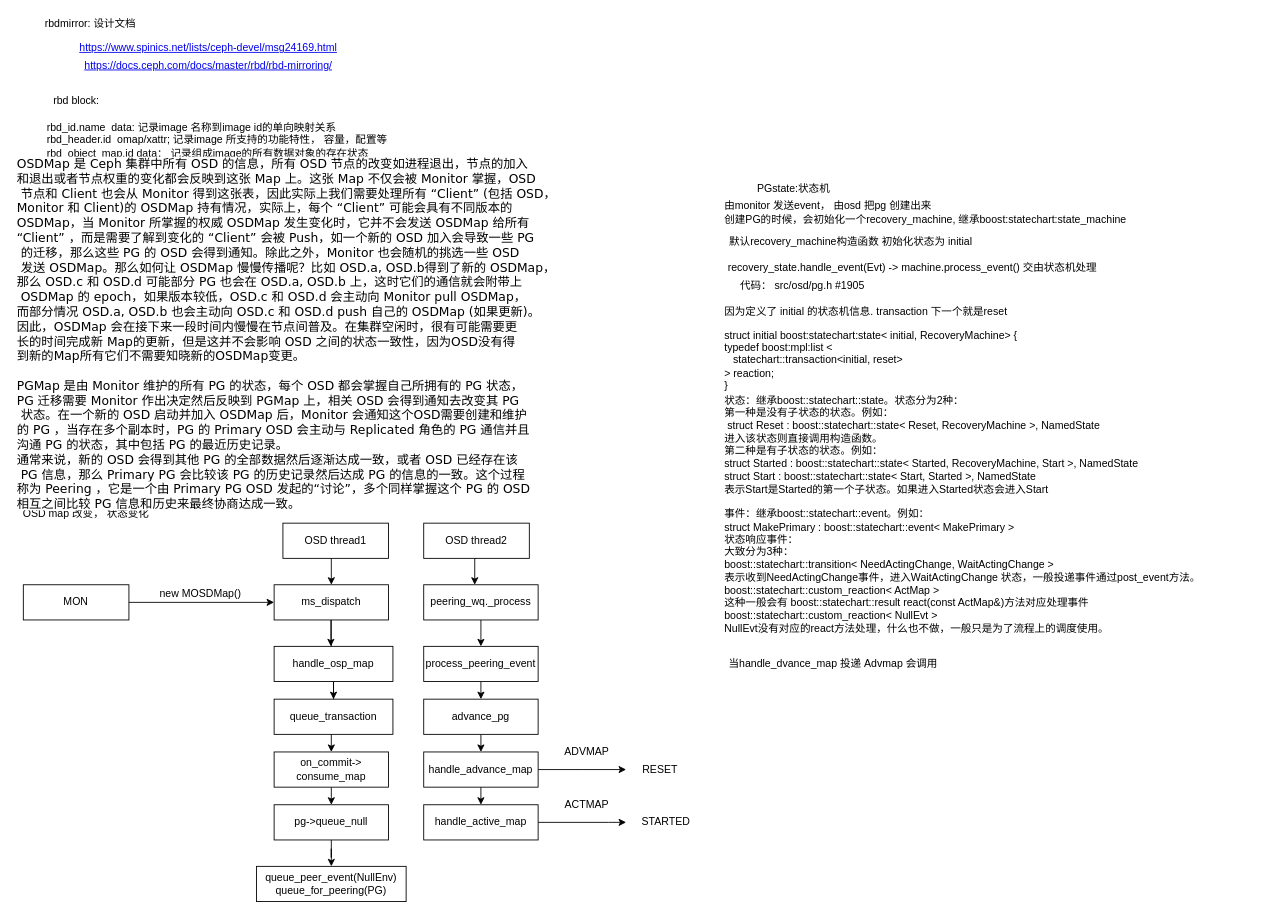
Earlier version of the draw.io diagram page "osd pg transaction" (4 of 5) of Untitled Diagram.drawio (ChenFanTony/ceph-diagrams). Source tidied: cells renumbered, new cells numbered last; positions are measured from the earlier drawing's top-left corner, leaving out a move shared by most shapes. Both pictures are drawn from the tidied source at 88%, with x=0, y=0 at pixel (15, 15).
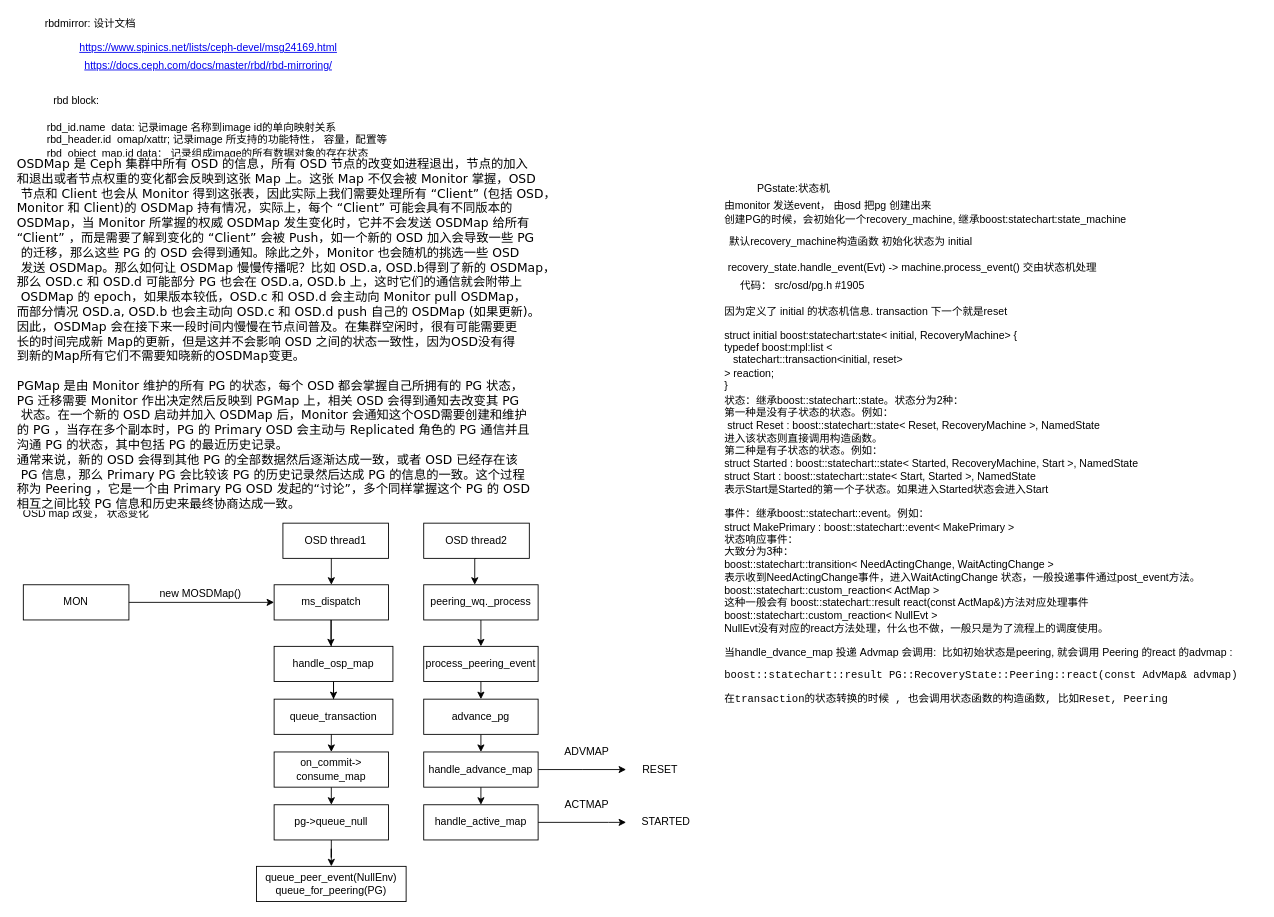
Above is the later version.

The edit, as a diff of the source:
```diff
@@
-    <mxCell id="46" value="当handle_dvance_map 投递 Advmap 会调用" style="text;html=1;align=center;verticalAlign=middle;" parent="1" vertex="1">
-      <mxGeometry x="804" y="727" width="250" height="20" as="geometry" />
+    <mxCell id="46" value="当handle_dvance_map 投递 Advmap 会调用:&amp;nbsp; 比如初始状态是peering, 就会调用 Peering 的react 的advmap :&lt;br&gt;&lt;pre&gt;&lt;span class=&quot;curline&quot;&gt;boost::statechart::result PG::RecoveryState::Peering::react(const AdvMap&amp;amp; advmap) &lt;/span&gt;&lt;/pre&gt;&lt;pre&gt;在transaction的状态转换的时候 , 也会调用状态函数的构造函数, 比如Reset, Peering&lt;/pre&gt;" style="text;html=1;align=left;verticalAlign=middle;" parent="1" vertex="1">
+      <mxGeometry x="804" y="717" width="610" height="80" as="geometry" />
     </mxCell>
```
